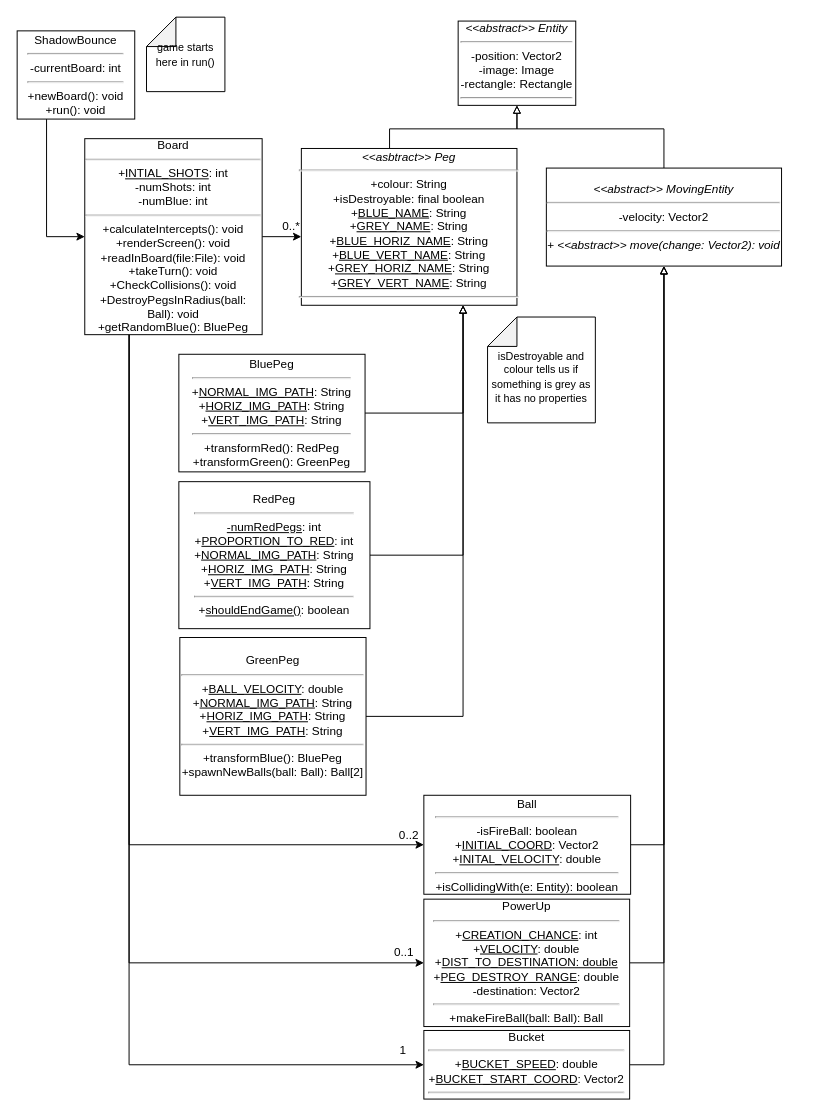
This is Untitled Diagram.drawio from adleris/SWEN20003, a draw.io file, before an edit. Source tidied: cells renumbered, new cells numbered last; positions are measured from the earlier drawing's top-left corner, leaving out a move shared by most shapes. Both pictures are drawn from the tidied source at 98%, with x=0, y=0 at pixel (17, 17).
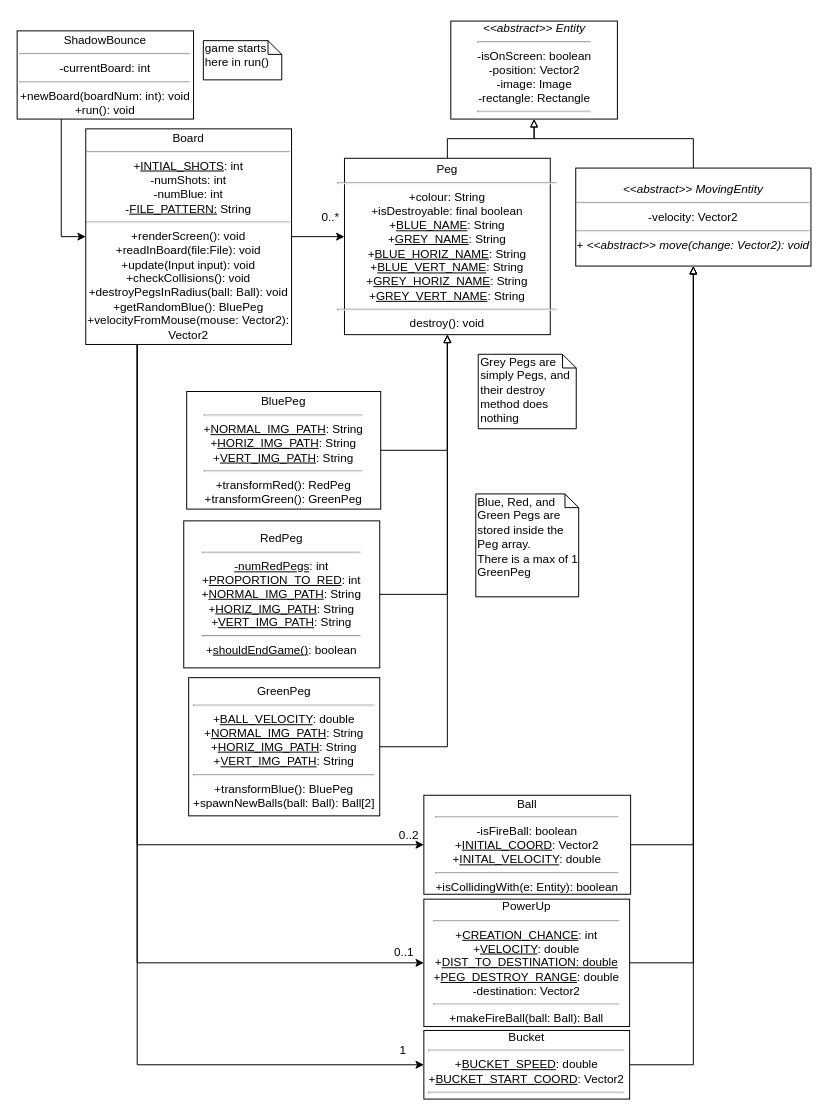
Above is the later version.

Diff of the diagram source:
```diff
@@
-    <mxCell id="6" value="Board&lt;hr&gt;+&lt;u&gt;INTIAL_SHOTS&lt;/u&gt;: int&lt;br&gt;-numShots: int&lt;br&gt;-numBlue: int&lt;br&gt;&lt;hr&gt;+calculateIntercepts(): void&lt;br&gt;+renderScreen(): void&lt;br&gt;+readInBoard(file:File): void&lt;br&gt;+takeTurn(): void&lt;br&gt;+CheckCollisions(): void&lt;br&gt;+DestroyPegsInRadius(ball: Ball): void&lt;br&gt;+getRandomBlue(): BluePeg" style="rounded=0;whiteSpace=wrap;html=1;" parent="1" vertex="1">
-      <mxGeometry x="69" y="124" width="181" height="200" as="geometry" />
+    <mxCell id="6" value="Board&lt;hr&gt;+&lt;u&gt;INTIAL_SHOTS&lt;/u&gt;: int&lt;br&gt;-numShots: int&lt;br&gt;-numBlue: int&lt;br&gt;-&lt;u&gt;FILE_PATTERN:&lt;/u&gt; String&lt;br&gt;&lt;hr&gt;+renderScreen(): void&lt;br&gt;+readInBoard(file:File): void&lt;br&gt;+update(Input input): void&lt;br&gt;+checkCollisions(): void&lt;br&gt;+destroyPegsInRadius(ball: Ball): void&lt;br&gt;+getRandomBlue(): BluePeg&lt;br&gt;+velocityFromMouse(mouse:&amp;nbsp;Vector2): Vector2" style="rounded=0;whiteSpace=wrap;html=1;" parent="1" vertex="1">
+      <mxGeometry x="70" y="114" width="210" height="220" as="geometry" />
     </mxCell>
-    <mxCell id="7" style="edgeStyle=orthogonalEdgeStyle;rounded=0;jettySize=auto;html=1;exitX=0.5;exitY=0;exitDx=0;exitDy=0;endArrow=block;endFill=0;" parent="1" edge="1" source="8" target="11">
-      <mxGeometry relative="1" as="geometry">
-        <Array as="points">
-          <mxPoint x="380" y="144" />
-          <mxPoint x="380" y="114" />
-          <mxPoint x="510" y="114" />
-        </Array>
-      </mxGeometry>
+    <mxCell id="7" style="edgeStyle=orthogonalEdgeStyle;rounded=0;jettySize=auto;html=1;exitX=0.5;exitY=0;exitDx=0;exitDy=0;entryX=0.5;entryY=1;entryDx=0;entryDy=0;endArrow=block;endFill=0;" parent="1" edge="1" source="8" target="11">
+      <mxGeometry relative="1" as="geometry" />
     </mxCell>
-    <mxCell id="8" value="&lt;i&gt;&amp;lt;&amp;lt;asbtract&amp;gt;&amp;gt; Peg&lt;br&gt;&lt;/i&gt;&lt;hr&gt;+colour: String&lt;br&gt;+isDestroyable: final boolean&lt;br&gt;&lt;div style=&quot;direction: ltr&quot;&gt;&lt;div style=&quot;direction: ltr ; margin-top: 0in ; margin-left: 0in ; width: 2.3277in&quot;&gt;&lt;div style=&quot;direction: ltr ; margin-top: 0in ; margin-left: 0in ; width: 2.3277in&quot;&gt;&lt;p style=&quot;margin: 0in&quot;&gt;+&lt;u&gt;BLUE_NAME&lt;/u&gt;: String&lt;/p&gt;&lt;p style=&quot;margin: 0in&quot;&gt;+&lt;u&gt;GREY_NAME&lt;/u&gt;: String&lt;/p&gt;&lt;p style=&quot;margin: 0in&quot;&gt;+&lt;u&gt;BLUE_HORIZ_NAME&lt;/u&gt;: String&lt;/p&gt;&lt;p style=&quot;margin: 0in&quot;&gt;+&lt;u&gt;BLUE_VERT_NAME&lt;/u&gt;: String&lt;/p&gt;&lt;p style=&quot;margin: 0in&quot;&gt;+&lt;u&gt;GREY_HORIZ_NAME&lt;/u&gt;: String&lt;/p&gt;&lt;p style=&quot;margin: 0in&quot;&gt;+&lt;u&gt;GREY_VERT_NAME&lt;/u&gt;: String&lt;/p&gt;&lt;hr&gt;&lt;/div&gt;&lt;/div&gt;&lt;/div&gt;" style="rounded=0;whiteSpace=wrap;html=1;strokeColor=#000000;align=center;" parent="1" vertex="1">
-      <mxGeometry x="290" y="134" width="220" height="160" as="geometry" />
+    <mxCell id="8" value="Peg&lt;br&gt;&lt;hr&gt;+colour: String&lt;br&gt;+isDestroyable: final boolean&lt;br&gt;&lt;div style=&quot;direction: ltr&quot;&gt;&lt;div style=&quot;direction: ltr ; margin-top: 0in ; margin-left: 0in ; width: 2.3277in&quot;&gt;&lt;div style=&quot;direction: ltr ; margin-top: 0in ; margin-left: 0in ; width: 2.3277in&quot;&gt;&lt;p style=&quot;margin: 0in&quot;&gt;+&lt;u&gt;BLUE_NAME&lt;/u&gt;: String&lt;/p&gt;&lt;p style=&quot;margin: 0in&quot;&gt;+&lt;u&gt;GREY_NAME&lt;/u&gt;: String&lt;/p&gt;&lt;p style=&quot;margin: 0in&quot;&gt;+&lt;u&gt;BLUE_HORIZ_NAME&lt;/u&gt;: String&lt;/p&gt;&lt;p style=&quot;margin: 0in&quot;&gt;+&lt;u&gt;BLUE_VERT_NAME&lt;/u&gt;: String&lt;/p&gt;&lt;p style=&quot;margin: 0in&quot;&gt;+&lt;u&gt;GREY_HORIZ_NAME&lt;/u&gt;: String&lt;/p&gt;&lt;p style=&quot;margin: 0in&quot;&gt;+&lt;u&gt;GREY_VERT_NAME&lt;/u&gt;: String&lt;/p&gt;&lt;hr&gt;destroy(): void&lt;/div&gt;&lt;/div&gt;&lt;/div&gt;" style="rounded=0;whiteSpace=wrap;html=1;strokeColor=#000000;align=center;" parent="1" vertex="1">
+      <mxGeometry x="334" y="144" width="210" height="180" as="geometry" />
     </mxCell>
-    <mxCell id="9" style="edgeStyle=orthogonalEdgeStyle;rounded=0;jettySize=auto;html=1;exitX=0;exitY=0.5;exitDx=0;exitDy=0;entryX=0.75;entryY=1;entryDx=0;entryDy=0;endArrow=block;endFill=0;" parent="1" edge="1" source="10" target="8">
+    <mxCell id="9" style="edgeStyle=orthogonalEdgeStyle;rounded=0;jettySize=auto;html=1;exitX=0;exitY=0.5;exitDx=0;exitDy=0;entryX=0.5;entryY=1;entryDx=0;entryDy=0;endArrow=block;endFill=0;" parent="1" edge="1" source="10" target="8">
       <mxGeometry relative="1" as="geometry" />
     </mxCell>
     <mxCell id="10" value="BluePeg&lt;hr&gt;+&lt;u&gt;NORMAL_IMG_PATH&lt;/u&gt;: String&lt;br&gt;+&lt;u&gt;HORIZ_IMG_PATH&lt;/u&gt;: String&lt;br&gt;+&lt;u&gt;VERT_IMG_PATH&lt;/u&gt;: String&lt;hr&gt;+transformRed(): RedPeg&lt;br&gt;+transformGreen(): GreenPeg" style="rounded=0;whiteSpace=wrap;html=1;direction=west;" parent="1" vertex="1">
-      <mxGeometry x="165" y="344" width="190" height="120" as="geometry" />
+      <mxGeometry x="173" y="382" width="198" height="120" as="geometry" />
     </mxCell>
-    <mxCell id="11" value="&lt;i&gt;&amp;lt;&amp;lt;abstract&amp;gt;&amp;gt; Entity&lt;/i&gt;&lt;hr&gt;-position: Vector2&lt;br&gt;-image: Image&lt;br&gt;-rectangle: Rectangle&lt;hr&gt;" style="rounded=0;whiteSpace=wrap;html=1;" parent="1" vertex="1">
-      <mxGeometry x="450" y="4" width="120" height="86" as="geometry" />
+    <mxCell id="11" value="&lt;i&gt;&amp;lt;&amp;lt;abstract&amp;gt;&amp;gt; Entity&lt;/i&gt;&lt;hr&gt;-isOnScreen: boolean&lt;br&gt;-position: Vector2&lt;br&gt;-image: Image&lt;br&gt;-rectangle: Rectangle&lt;hr&gt;" style="rounded=0;whiteSpace=wrap;html=1;" parent="1" vertex="1">
+      <mxGeometry x="442.5" y="4" width="170" height="100" as="geometry" />
     </mxCell>
-    <mxCell id="12" style="edgeStyle=orthogonalEdgeStyle;rounded=0;jettySize=auto;html=1;exitX=1;exitY=0.5;exitDx=0;exitDy=0;entryX=0.75;entryY=1;entryDx=0;entryDy=0;endArrow=block;endFill=0;" parent="1" edge="1" source="13" target="8">
+    <mxCell id="12" style="edgeStyle=orthogonalEdgeStyle;rounded=0;jettySize=auto;html=1;exitX=1;exitY=0.5;exitDx=0;exitDy=0;entryX=0.5;entryY=1;entryDx=0;entryDy=0;endArrow=block;endFill=0;" parent="1" edge="1" source="13" target="8">
       <mxGeometry relative="1" as="geometry" />
     </mxCell>
     <mxCell id="13" value="RedPeg&lt;hr&gt;&lt;u&gt;-numRedPegs&lt;/u&gt;: int&lt;br&gt;+&lt;u&gt;PROPORTION_TO_RED&lt;/u&gt;: int&lt;br&gt;+&lt;u&gt;NORMAL_IMG_PATH&lt;/u&gt;: String&lt;br&gt;+&lt;u&gt;HORIZ_IMG_PATH&lt;/u&gt;: String&lt;br&gt;+&lt;u&gt;VERT_IMG_PATH&lt;/u&gt;: String&lt;br&gt;&lt;hr&gt;+&lt;u&gt;shouldEndGame()&lt;/u&gt;: boolean" style="rounded=0;whiteSpace=wrap;html=1;" parent="1" vertex="1">
-      <mxGeometry x="165" y="474" width="195" height="150" as="geometry" />
+      <mxGeometry x="170" y="514" width="200" height="150" as="geometry" />
     </mxCell>
-    <mxCell id="14" style="edgeStyle=orthogonalEdgeStyle;rounded=0;jettySize=auto;html=1;exitX=1;exitY=0.5;exitDx=0;exitDy=0;entryX=0.75;entryY=1;entryDx=0;entryDy=0;endArrow=block;endFill=0;" parent="1" edge="1" source="15" target="8">
+    <mxCell id="14" style="edgeStyle=orthogonalEdgeStyle;rounded=0;jettySize=auto;html=1;exitX=1;exitY=0.5;exitDx=0;exitDy=0;entryX=0.5;entryY=1;entryDx=0;entryDy=0;endArrow=block;endFill=0;" parent="1" edge="1" source="15" target="8">
       <mxGeometry relative="1" as="geometry" />
     </mxCell>
     <mxCell id="15" value="GreenPeg&lt;hr&gt;+&lt;u&gt;BALL_VELOCITY&lt;/u&gt;: double&lt;br&gt;+&lt;u&gt;NORMAL_IMG_PATH&lt;/u&gt;: String&lt;br&gt;+&lt;u&gt;HORIZ_IMG_PATH&lt;/u&gt;: String&lt;br&gt;+&lt;u&gt;VERT_IMG_PATH&lt;/u&gt;: String&lt;br&gt;&lt;hr&gt;+transformBlue(): BluePeg&lt;br&gt;+spawnNewBalls(ball: Ball): Ball[2]" style="rounded=0;whiteSpace=wrap;html=1;" parent="1" vertex="1">
-      <mxGeometry x="166" y="633" width="190" height="161" as="geometry" />
+      <mxGeometry x="175" y="674" width="195" height="141" as="geometry" />
     </mxCell>
@@
     <mxCell id="19" style="edgeStyle=orthogonalEdgeStyle;rounded=0;jettySize=auto;html=1;exitX=0.5;exitY=0;exitDx=0;exitDy=0;entryX=0.5;entryY=1;entryDx=0;entryDy=0;endArrow=block;endFill=0;" parent="1" edge="1" source="20" target="11">
       <mxGeometry relative="1" as="geometry">
         <Array as="points">
-          <mxPoint x="660" y="114" />
-          <mxPoint x="510" y="114" />
+          <mxPoint x="690" y="124" />
+          <mxPoint x="528" y="124" />
         </Array>
       </mxGeometry>
     </mxCell>
     <mxCell id="20" value="&lt;i&gt;&amp;lt;&amp;lt;abstract&amp;gt;&amp;gt; MovingEntity&lt;/i&gt;&lt;hr&gt;-velocity: Vector2&lt;hr&gt;+&lt;i&gt; &amp;lt;&amp;lt;abstract&amp;gt;&amp;gt;&amp;nbsp;move(change: Vector2): void&lt;/i&gt;" style="rounded=0;whiteSpace=wrap;html=1;" parent="1" vertex="1">
-      <mxGeometry x="540" y="154" width="240" height="100" as="geometry" />
+      <mxGeometry x="570" y="154" width="240" height="100" as="geometry" />
     </mxCell>
@@
     <mxCell id="27" value="0..*" style="text;html=1;strokeColor=none;fillColor=none;align=center;verticalAlign=middle;whiteSpace=wrap;rounded=0;" parent="1" vertex="1">
-      <mxGeometry x="260" y="204" width="40" height="20" as="geometry" />
+      <mxGeometry x="300" y="194" width="40" height="20" as="geometry" />
     </mxCell>
-    <mxCell id="28" value="&lt;font style=&quot;font-size: 11px&quot;&gt;&lt;br&gt;isDestroyable and colour tells us if something is grey as it has no properties&lt;/font&gt;" style="shape=note;whiteSpace=wrap;html=1;backgroundOutline=1;darkOpacity=0.05;direction=north;" parent="1" vertex="1">
-      <mxGeometry x="480" y="306" width="110" height="108" as="geometry" />
-    </mxCell>
@@
-    <mxCell id="30" value="ShadowBounce&lt;br&gt;&lt;hr&gt;-currentBoard: int&lt;hr&gt;+newBoard(): void&lt;br&gt;+run(): void" style="rounded=0;whiteSpace=wrap;html=1;" parent="1" vertex="1">
-      <mxGeometry y="14" width="120" height="90" as="geometry" />
+    <mxCell id="30" value="ShadowBounce&lt;br&gt;&lt;hr&gt;-currentBoard: int&lt;hr&gt;+newBoard(boardNum: int): void&lt;br&gt;+run(): void" style="rounded=0;whiteSpace=wrap;html=1;" parent="1" vertex="1">
+      <mxGeometry y="14" width="180" height="90" as="geometry" />
     </mxCell>
+    <mxCell id="32" value="Blue, Red, and Green Pegs are stored inside the Peg array.&lt;br&gt;There is a max of 1 GreenPeg" style="shape=note;whiteSpace=wrap;html=1;size=14;verticalAlign=top;align=left;spacingTop=-6;" parent="1" vertex="1">
+      <mxGeometry x="468" y="486.5" width="105" height="105" as="geometry" />
+    </mxCell>
-    <mxCell id="31" value="&lt;font style=&quot;font-size: 11px&quot;&gt;game starts here in run()&lt;/font&gt;" style="shape=note;whiteSpace=wrap;html=1;backgroundOutline=1;darkOpacity=0.05;direction=north;" parent="1" vertex="1">
-      <mxGeometry x="132" width="80" height="76" as="geometry" />
+    <mxCell id="31" value="&lt;span style=&quot;text-align: center&quot;&gt;&lt;font style=&quot;font-size: 12px&quot;&gt;game starts &lt;br&gt;here in run()&lt;/font&gt;&lt;/span&gt;" style="shape=note;whiteSpace=wrap;html=1;size=14;verticalAlign=top;align=left;spacingTop=-6;" parent="1" vertex="1">
+      <mxGeometry x="190" y="24" width="80" height="40" as="geometry" />
     </mxCell>
+    <mxCell id="33" value="Grey Pegs are simply Pegs, and their destroy method does nothing" style="shape=note;whiteSpace=wrap;html=1;size=14;verticalAlign=top;align=left;spacingTop=-6;" parent="1" vertex="1">
+      <mxGeometry x="470.5" y="344" width="100" height="76" as="geometry" />
+    </mxCell>
```
